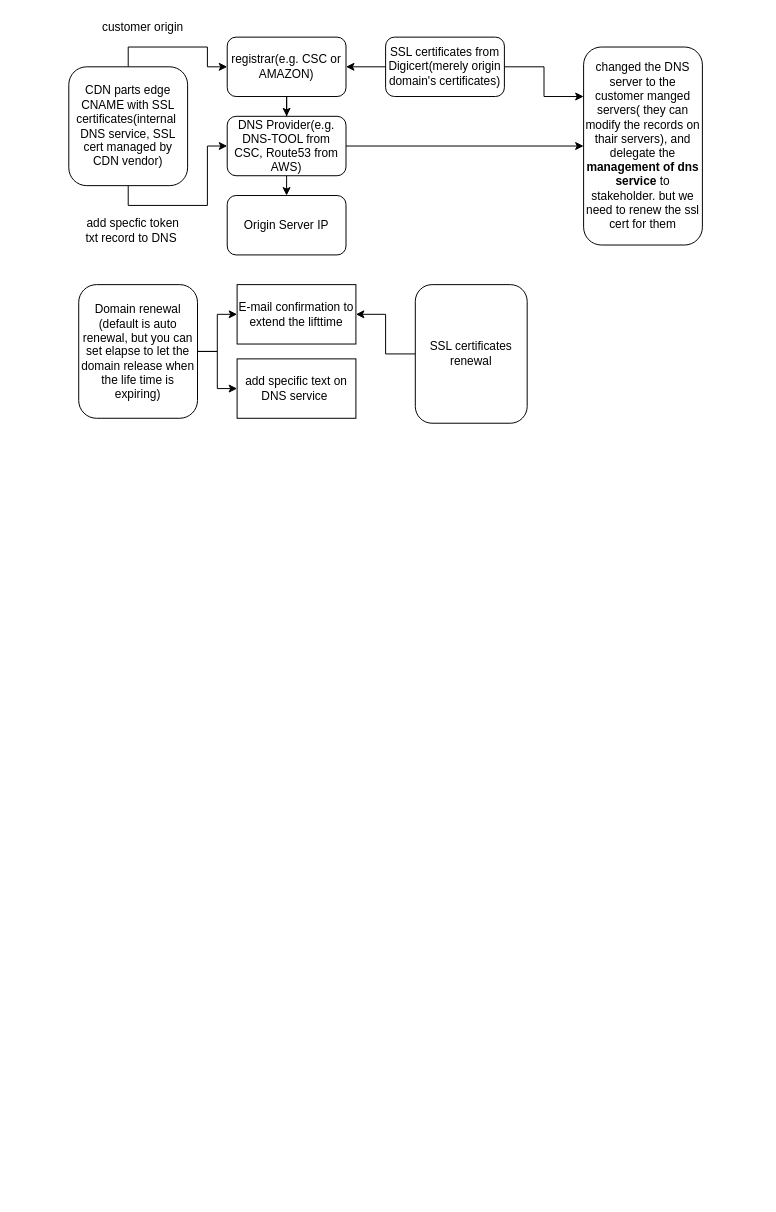
Earlier version of the draw.io diagram Untitled Diagram.drawio (anoyo-lin/domain-cdn-learning). Source tidied: cells renumbered, new cells numbered last; positions are measured from the earlier drawing's top-left corner, leaving out a move shared by most shapes. Both pictures are drawn from the tidied source at 99%, with x=0, y=0 at pixel (68, 17).
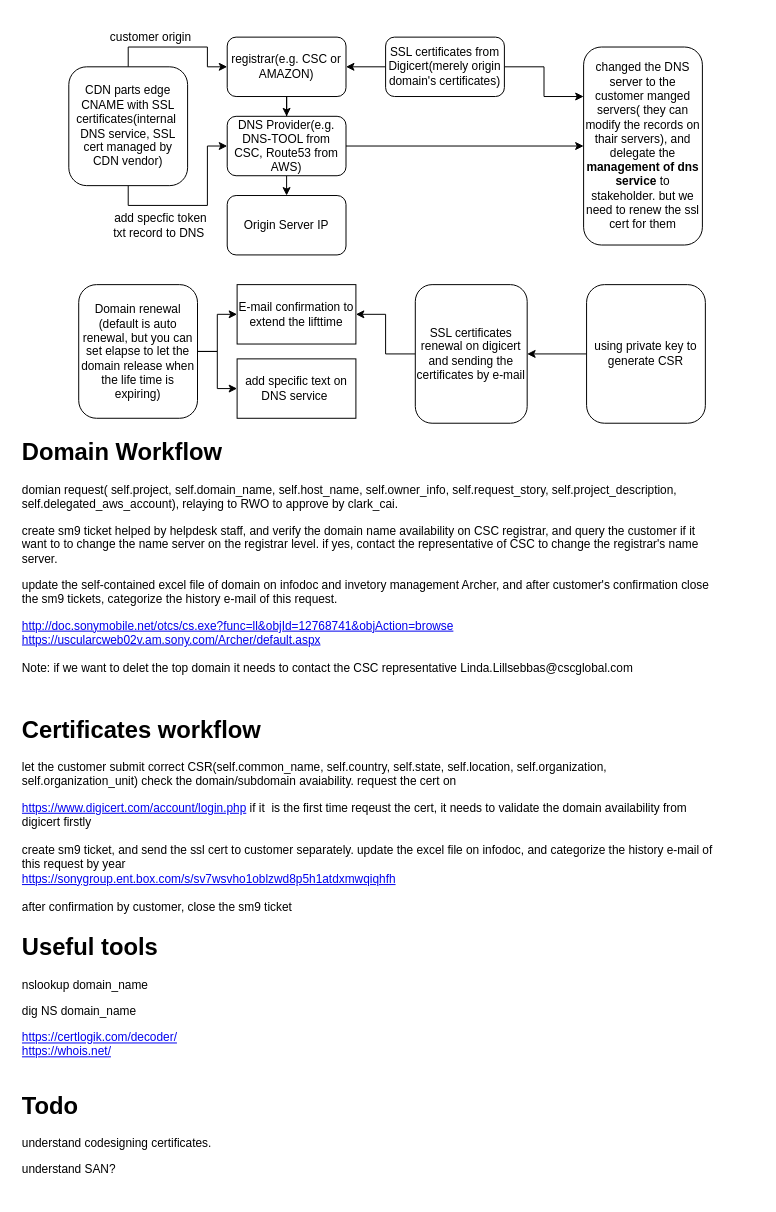
Above is the later version.

Unchanged cells that the change refers to:
```xml
<mxCell id="18" value="E-mail confirmation to extend the lifttime" style="rounded=0;whiteSpace=wrap;html=1;" parent="1" vertex="1">
  <mxGeometry x="170" y="270" width="120" height="60" as="geometry" />
</mxCell>
```

Change to the diagram source:
```diff
@@
     <mxCell id="20" value="add specfic token txt record to DNS&amp;nbsp;" style="text;html=1;strokeColor=none;fillColor=none;align=center;verticalAlign=middle;whiteSpace=wrap;rounded=0;" parent="1" vertex="1">
-      <mxGeometry x="10" y="200" width="110" height="30" as="geometry" />
+      <mxGeometry x="38" y="195" width="110" height="30" as="geometry" />
     </mxCell>
     <mxCell id="21" value="customer origin" style="text;html=1;strokeColor=none;fillColor=none;align=center;verticalAlign=middle;whiteSpace=wrap;rounded=0;" parent="1" vertex="1">
-      <mxGeometry x="20" width="110" height="20" as="geometry" />
+      <mxGeometry x="28" y="10" width="110" height="20" as="geometry" />
     </mxCell>
-    <mxCell id="22" style="edgeStyle=orthogonalEdgeStyle;rounded=0;jettySize=auto;html=1;entryX=1;entryY=0.5;entryDx=0;entryDy=0;" parent="1" edge="1" source="23" target="18">
+    <mxCell id="22" style="edgeStyle=orthogonalEdgeStyle;rounded=0;jettySize=auto;html=1;" parent="1" edge="1" source="23" target="18">
       <mxGeometry relative="1" as="geometry" />
     </mxCell>
-    <mxCell id="23" value="SSL certificates renewal" style="rounded=1;whiteSpace=wrap;html=1;" parent="1" vertex="1">
+    <mxCell id="23" value="SSL certificates renewal on digicert and sending the certificates by e-mail" style="rounded=1;whiteSpace=wrap;html=1;" parent="1" vertex="1">
       <mxGeometry x="350" y="270" width="113" height="140" as="geometry" />
     </mxCell>
+    <mxCell id="24" style="edgeStyle=orthogonalEdgeStyle;rounded=0;jettySize=auto;html=1;exitX=0;exitY=0.5;exitDx=0;exitDy=0;entryX=1;entryY=0.5;entryDx=0;entryDy=0;" parent="1" edge="1" source="25" target="23">
+      <mxGeometry relative="1" as="geometry" />
+    </mxCell>
+    <mxCell id="25" value="using private key to generate CSR" style="rounded=1;whiteSpace=wrap;html=1;" parent="1" vertex="1">
+      <mxGeometry x="523" y="270" width="120" height="140" as="geometry" />
+    </mxCell>
+    <mxCell id="26" value="&lt;h1&gt;Domain Workflow&lt;/h1&gt;&lt;p&gt;domian request( self.project, self.domain_name, self.host_name, self.owner_info, self.request_story, self.project_description, self.delegated_aws_account), relaying to RWO to approve by clark_cai.&lt;/p&gt;&lt;p&gt;create sm9 ticket helped by helpdesk staff, and verify the domain name availability on CSC registrar, and query the customer if it want to to change the name server on the registrar level. if yes, contact the representative of CSC to change the registrar's name server.&lt;/p&gt;&lt;p&gt;update the self-contained excel file of domain on infodoc and invetory management Archer, and after customer's confirmation close the sm9 tickets, categorize the history e-mail of this request.&lt;/p&gt;&lt;a href=&quot;http://doc.sonymobile.net/otcs/cs.exe?func=ll&amp;amp;objId=12768741&amp;amp;objAction=browse&quot;&gt;http://doc.sonymobile.net/otcs/cs.exe?func=ll&amp;amp;objId=12768741&amp;amp;objAction=browse&lt;/a&gt;&lt;br&gt;&lt;a href=&quot;https://uscularcweb02v.am.sony.com/Archer/default.aspx&quot;&gt;https://uscularcweb02v.am.sony.com/Archer/default.aspx&lt;/a&gt;&lt;br&gt;&lt;br&gt;Note: if we want to delet the top domain it needs to contact the CSC representative&amp;nbsp;&lt;span&gt;Linda.Lillsebbas@cscglobal.com&lt;br&gt;&lt;/span&gt;&lt;br&gt;&lt;br&gt;&lt;br&gt;" style="text;html=1;strokeColor=none;fillColor=none;spacing=5;spacingTop=-20;whiteSpace=wrap;overflow=hidden;rounded=0;" parent="1" vertex="1">
+      <mxGeometry x="-52" y="420" width="710" height="260" as="geometry" />
+    </mxCell>
+    <mxCell id="27" value="&lt;h1&gt;Certificates workflow&lt;/h1&gt;&lt;p&gt;let the customer submit correct CSR(self.common_name, self.country, self.state, self.location, self.organization, self.organization_unit)&amp;nbsp;&lt;span&gt;check the domain/subdomain avaiability.&amp;nbsp;&lt;/span&gt;&lt;span&gt;request the cert on&amp;nbsp;&lt;/span&gt;&lt;/p&gt;&lt;a href=&quot;https://www.digicert.com/account/login.php&quot;&gt;https://www.digicert.com/account/login.php&lt;/a&gt;&amp;nbsp;if it&amp;nbsp; is the first time reqeust the cert, it needs to validate the domain availability from digicert firstly&lt;br&gt;&lt;br&gt;create sm9 ticket, and send the ssl cert to customer separately. update the excel file on infodoc, and categorize the history e-mail of this request by year&lt;br&gt;&lt;a href=&quot;https://sonygroup.ent.box.com/s/sv7wsvho1oblzwd8p5h1atdxmwqiqhfh&quot;&gt;https://sonygroup.ent.box.com/s/sv7wsvho1oblzwd8p5h1atdxmwqiqhfh&lt;/a&gt;&lt;br&gt;&lt;br&gt;after confirmation by customer, close the sm9 ticket&lt;br&gt;" style="text;html=1;strokeColor=none;fillColor=none;spacing=5;spacingTop=-20;whiteSpace=wrap;overflow=hidden;rounded=0;" parent="1" vertex="1">
+      <mxGeometry x="-52" y="700" width="720" height="240" as="geometry" />
+    </mxCell>
+    <mxCell id="28" value="&lt;h1&gt;Useful tools&lt;/h1&gt;&lt;p&gt;nslookup domain_name&lt;/p&gt;&lt;p&gt;dig NS domain_name&lt;/p&gt;&lt;span&gt;&lt;a href=&quot;https://certlogik.com/decoder/&quot;&gt;https://certlogik.com/decoder/&lt;/a&gt;&lt;br&gt;&lt;/span&gt;&lt;a href=&quot;https://whois.net/&quot;&gt;https://whois.net/&lt;/a&gt;&lt;span&gt;&lt;br&gt;&lt;/span&gt;" style="text;html=1;strokeColor=none;fillColor=none;spacing=5;spacingTop=-20;whiteSpace=wrap;overflow=hidden;rounded=0;" parent="1" vertex="1">
+      <mxGeometry x="-52" y="920" width="720" height="140" as="geometry" />
+    </mxCell>
+    <mxCell id="29" value="&lt;h1&gt;Todo&lt;/h1&gt;&lt;p&gt;understand codesigning certificates.&lt;/p&gt;&lt;p&gt;understand SAN?&lt;/p&gt;&lt;p&gt;&lt;br&gt;&lt;/p&gt;" style="text;html=1;strokeColor=none;fillColor=none;spacing=5;spacingTop=-20;whiteSpace=wrap;overflow=hidden;rounded=0;" parent="1" vertex="1">
+      <mxGeometry x="-52" y="1080" width="750" height="110" as="geometry" />
+    </mxCell>
```
